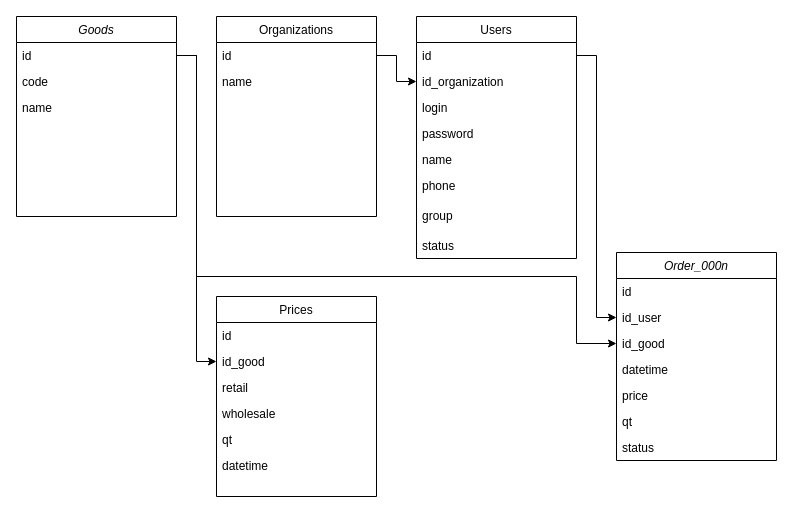
Earlier version of the draw.io diagram data/db_02.drawio (Arhact/oms). Source tidied: cells renumbered, new cells numbered last; positions are measured from the earlier drawing's top-left corner, leaving out a move shared by most shapes. Both pictures are drawn from the tidied source at 100%, with x=0, y=0 at pixel (16, 16).
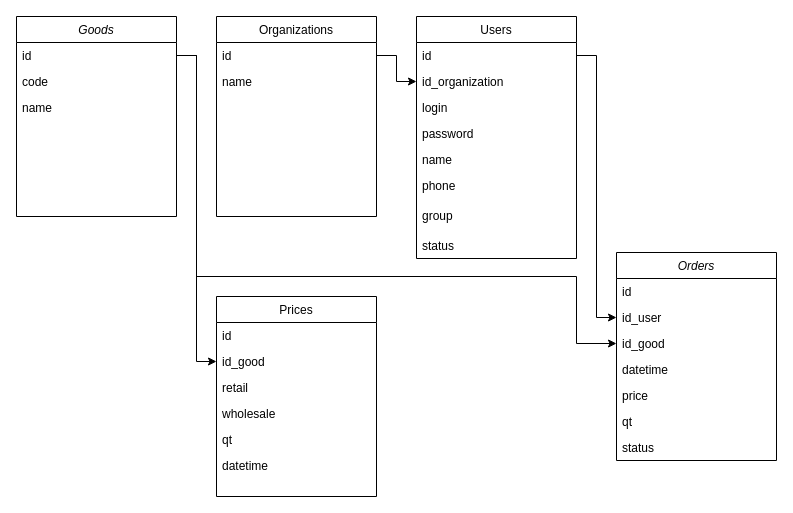
The same diagram, later.

Diff of the diagram source:
```diff
@@
-    <mxCell id="25" value="Order_000n" style="swimlane;fontStyle=2;align=center;verticalAlign=top;horizontal=1;startSize=26;rounded=0;shadow=0;strokeWidth=1;" parent="1" vertex="1">
+    <mxCell id="25" value="Orders" style="swimlane;fontStyle=2;align=center;verticalAlign=top;horizontal=1;startSize=26;rounded=0;shadow=0;strokeWidth=1;" parent="1" vertex="1">
       <mxGeometry x="600" y="236" width="160" height="208" as="geometry" />
     </mxCell>
```
